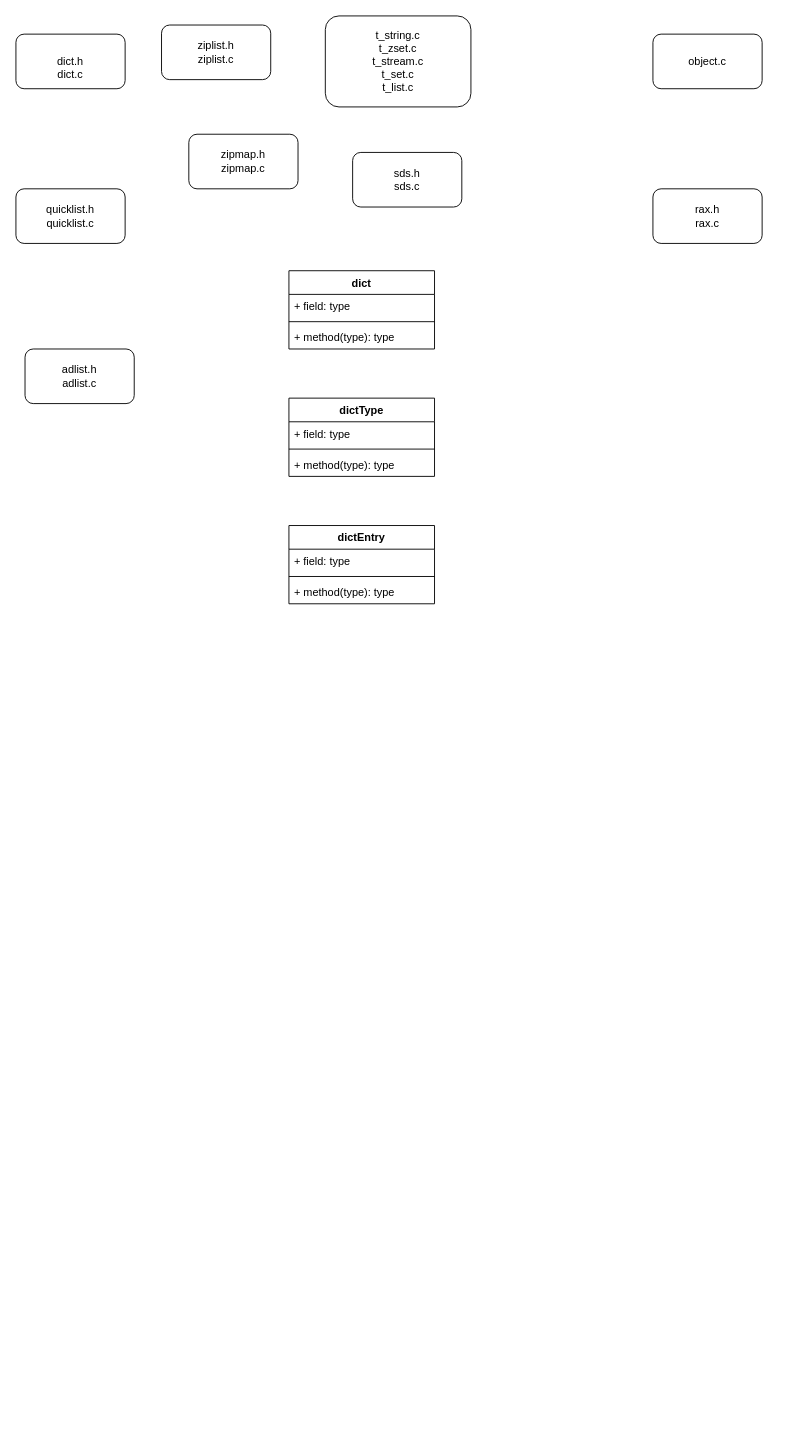
This is page "ds & obj" (3 of 7) of redis.drawio from tadsimons/draw, a draw.io file, before an edit. Source tidied: cells renumbered, new cells numbered last; positions are measured from the earlier drawing's top-left corner, leaving out a move shared by most shapes. Both pictures are drawn from the tidied source at 91%, with x=0, y=0 at pixel (15, 15).
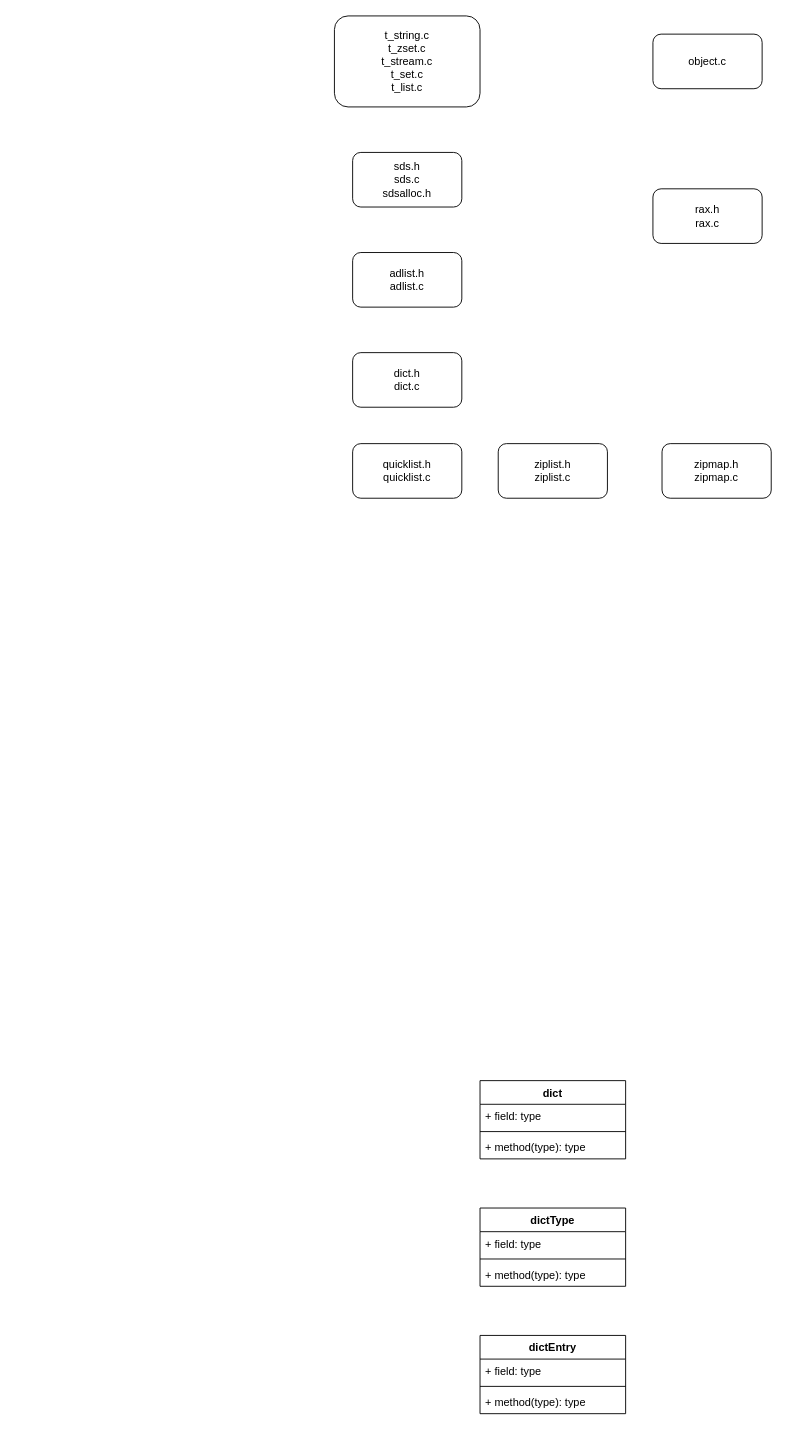
The same diagram, later.

The edit, as a diff of the source:
```diff
@@
     <mxCell id="2" value="dict" style="swimlane;fontStyle=1;align=center;verticalAlign=top;horizontal=1;startSize=26;" parent="1" vertex="1">
-      <mxGeometry x="300" y="280" width="160" height="86" as="geometry" />
+      <mxGeometry x="510" y="1170" width="160" height="86" as="geometry" />
     </mxCell>
@@
     <mxCell id="6" value="dictType" style="swimlane;fontStyle=1;align=center;verticalAlign=top;horizontal=1;startSize=26;" parent="1" vertex="1">
-      <mxGeometry x="300" y="420" width="160" height="86" as="geometry" />
+      <mxGeometry x="510" y="1310" width="160" height="86" as="geometry" />
     </mxCell>
@@
     <mxCell id="10" value="dictEntry" style="swimlane;fontStyle=1;align=center;verticalAlign=top;horizontal=1;startSize=26;" parent="1" vertex="1">
-      <mxGeometry x="300" y="560" width="160" height="86" as="geometry" />
+      <mxGeometry x="510" y="1450" width="160" height="86" as="geometry" />
     </mxCell>
@@
     <mxCell id="14" value="t_string.c&lt;br&gt;t_zset.c&lt;br&gt;t_stream.c&lt;br&gt;t_set.c&lt;br&gt;t_list.c&lt;br&gt;" style="rounded=1;whiteSpace=wrap;html=1;strokeColor=#000000;fillColor=#FFFFFF;" parent="1" vertex="1">
-      <mxGeometry x="340" width="160" height="100" as="geometry" />
+      <mxGeometry x="350" width="160" height="100" as="geometry" />
     </mxCell>
@@
     <mxCell id="17" value="&lt;span&gt;quicklist.h&lt;br&gt;quicklist.c&lt;/span&gt;" style="rounded=1;whiteSpace=wrap;html=1;strokeColor=#000000;fillColor=#FFFFFF;" parent="1" vertex="1">
-      <mxGeometry y="190" width="120" height="60" as="geometry" />
+      <mxGeometry x="370" y="470" width="120" height="60" as="geometry" />
     </mxCell>
     <mxCell id="18" value="&lt;span&gt;adlist.h&lt;br&gt;adlist.c&lt;/span&gt;" style="rounded=1;whiteSpace=wrap;html=1;strokeColor=#000000;fillColor=#FFFFFF;" parent="1" vertex="1">
-      <mxGeometry x="10" y="366" width="120" height="60" as="geometry" />
+      <mxGeometry x="370" y="260" width="120" height="60" as="geometry" />
     </mxCell>
     <mxCell id="19" value="&lt;span&gt;zipmap.h &lt;br&gt;zipmap.c&lt;/span&gt;" style="rounded=1;whiteSpace=wrap;html=1;strokeColor=#000000;fillColor=#FFFFFF;" parent="1" vertex="1">
-      <mxGeometry x="190" y="130" width="120" height="60" as="geometry" />
+      <mxGeometry x="710" y="470" width="120" height="60" as="geometry" />
     </mxCell>
-    <mxCell id="20" value="&lt;span&gt;sds.h &lt;br&gt;sds.c&lt;/span&gt;" style="rounded=1;whiteSpace=wrap;html=1;strokeColor=#000000;fillColor=#FFFFFF;" parent="1" vertex="1">
+    <mxCell id="20" value="&lt;span&gt;sds.h &lt;br&gt;sds.c&lt;br&gt;sdsalloc.h&lt;br&gt;&lt;/span&gt;" style="rounded=1;whiteSpace=wrap;html=1;strokeColor=#000000;fillColor=#FFFFFF;" parent="1" vertex="1">
       <mxGeometry x="370" y="150" width="120" height="60" as="geometry" />
     </mxCell>
     <mxCell id="21" value="&lt;span&gt;ziplist.h &lt;br&gt;ziplist.c&lt;/span&gt;" style="rounded=1;whiteSpace=wrap;html=1;strokeColor=#000000;fillColor=#FFFFFF;" parent="1" vertex="1">
-      <mxGeometry x="160" y="10" width="120" height="60" as="geometry" />
+      <mxGeometry x="530" y="470" width="120" height="60" as="geometry" />
     </mxCell>
-    <mxCell id="22" value="&lt;br&gt;&lt;span&gt;dict.h &lt;br&gt;dict.c&lt;/span&gt;" style="rounded=1;whiteSpace=wrap;html=1;strokeColor=#000000;fillColor=#FFFFFF;" parent="1" vertex="1">
-      <mxGeometry y="20" width="120" height="60" as="geometry" />
+    <mxCell id="22" value="&lt;span&gt;dict.h &lt;br&gt;dict.c&lt;/span&gt;" style="rounded=1;whiteSpace=wrap;html=1;strokeColor=#000000;fillColor=#FFFFFF;" parent="1" vertex="1">
+      <mxGeometry x="370" y="370" width="120" height="60" as="geometry" />
     </mxCell>
```
